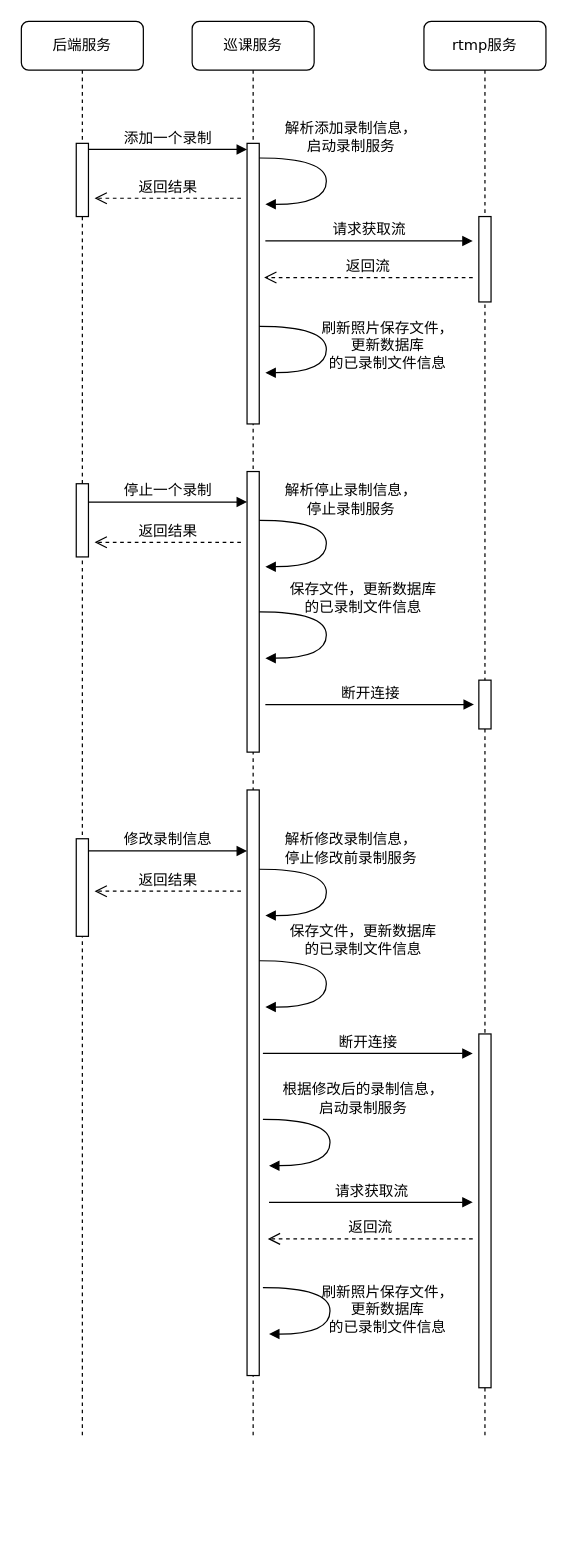
Before: 录制信息更新操作.drawio in huangPeiLc/drawio, a draw.io diagram. Source tidied: cells renumbered, new cells numbered last; positions are measured from the earlier drawing's top-left corner, leaving out a move shared by most shapes. Both pictures are drawn from the tidied source at 122%, with x=0, y=0 at pixel (21, 21).
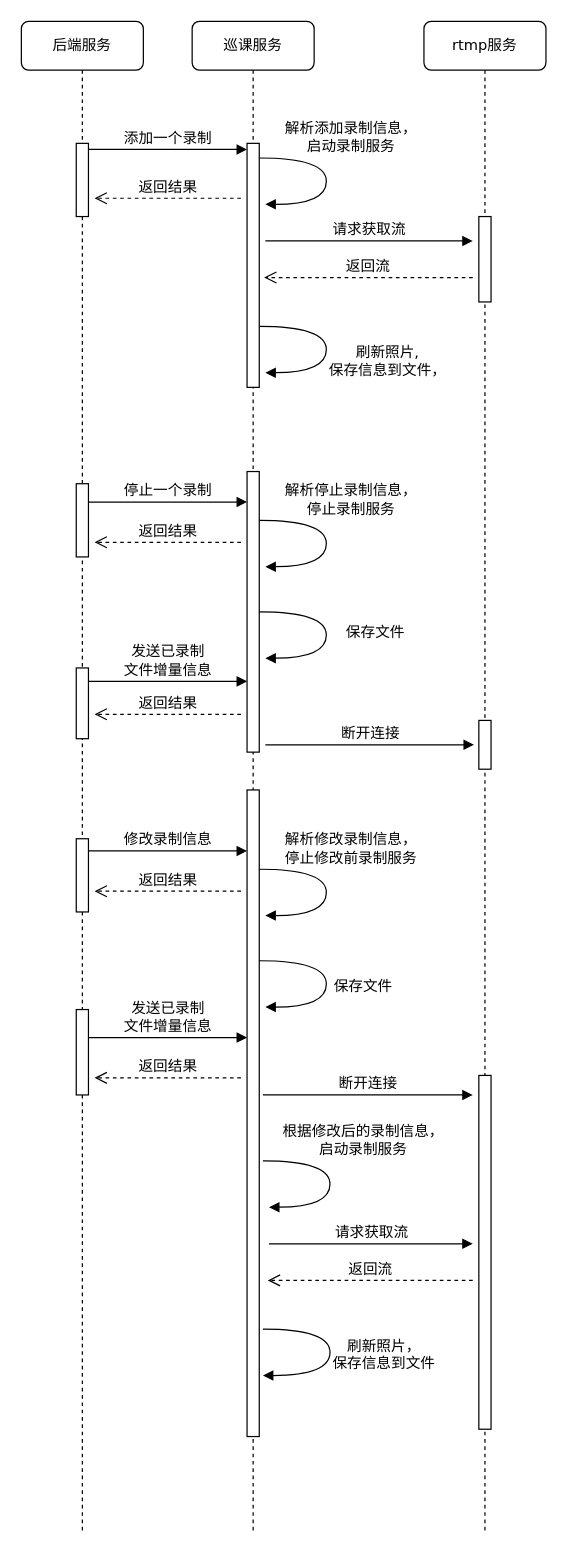
The same diagram, later.

Commit message:
Update 录制信息更新操作.drawio

Change to the diagram source:
```diff
@@
     <mxCell id="2" value="巡课服务" style="shape=umlLifeline;perimeter=lifelinePerimeter;whiteSpace=wrap;html=1;rounded=1;shadow=0;comic=0;labelBackgroundColor=none;strokeColor=#000000;strokeWidth=1;fillColor=#FFFFFF;fontFamily=Verdana;fontSize=12;fontColor=#000000;align=center;" parent="1" vertex="1">
-      <mxGeometry x="140" width="100" height="1160" as="geometry" />
+      <mxGeometry x="140" width="100" height="1240" as="geometry" />
     </mxCell>
     <mxCell id="3" style="html=1;perimeter=orthogonalPerimeter;rounded=0;shadow=0;comic=0;labelBackgroundColor=none;strokeColor=#000000;strokeWidth=1;fillColor=#FFFFFF;fontFamily=Verdana;fontSize=12;fontColor=#000000;align=center;" parent="2" vertex="1">
-      <mxGeometry x="45" y="100" width="10" height="230" as="geometry" />
+      <mxGeometry x="45" y="100" width="10" height="200" as="geometry" />
     </mxCell>
@@
     <mxCell id="5" style="html=1;perimeter=orthogonalPerimeter;" parent="2" vertex="1">
-      <mxGeometry x="45" y="630" width="10" height="480" as="geometry" />
+      <mxGeometry x="45" y="630" width="10" height="530" as="geometry" />
     </mxCell>
     <mxCell id="6" value="rtmp服务" style="shape=umlLifeline;perimeter=lifelinePerimeter;whiteSpace=wrap;html=1;rounded=1;shadow=0;comic=0;labelBackgroundColor=none;strokeColor=#000000;strokeWidth=1;fillColor=#FFFFFF;fontFamily=Verdana;fontSize=12;fontColor=#000000;align=center;" parent="1" vertex="1">
-      <mxGeometry x="330" width="100" height="1160" as="geometry" />
+      <mxGeometry x="330" width="100" height="1240" as="geometry" />
     </mxCell>
@@
     <mxCell id="8" style="html=1;points=[];perimeter=orthogonalPerimeter;rounded=0;shadow=0;comic=0;labelBackgroundColor=none;strokeColor=#000000;strokeWidth=1;fillColor=#FFFFFF;fontFamily=Verdana;fontSize=12;fontColor=#000000;align=center;" parent="6" vertex="1">
-      <mxGeometry x="45" y="540" width="10" height="40" as="geometry" />
+      <mxGeometry x="45" y="573" width="10" height="40" as="geometry" />
     </mxCell>
     <mxCell id="9" style="html=1;perimeter=orthogonalPerimeter;rounded=0;shadow=0;comic=0;labelBackgroundColor=none;strokeColor=#000000;strokeWidth=1;fillColor=#FFFFFF;fontFamily=Verdana;fontSize=12;fontColor=#000000;align=center;" parent="6" vertex="1">
-      <mxGeometry x="45" y="830" width="10" height="290" as="geometry" />
+      <mxGeometry x="45" y="864" width="10" height="290" as="geometry" />
     </mxCell>
     <mxCell id="10" value="后端服务" style="shape=umlLifeline;perimeter=lifelinePerimeter;whiteSpace=wrap;html=1;rounded=1;shadow=0;comic=0;labelBackgroundColor=none;strokeColor=#000000;strokeWidth=1;fillColor=#FFFFFF;fontFamily=Verdana;fontSize=12;fontColor=#000000;align=center;" parent="1" vertex="1">
-      <mxGeometry width="100" height="1160" as="geometry" />
+      <mxGeometry width="100" height="1240" as="geometry" />
     </mxCell>
@@
     <mxCell id="13" style="html=1;perimeter=orthogonalPerimeter;" parent="10" vertex="1">
-      <mxGeometry x="45" y="670" width="10" height="80" as="geometry" />
+      <mxGeometry x="45" y="670" width="10" height="60" as="geometry" />
     </mxCell>
+    <mxCell id="34" style="html=1;perimeter=orthogonalPerimeter;" parent="10" vertex="1">
+      <mxGeometry x="45" y="810" width="10" height="70" as="geometry" />
+    </mxCell>
@@
-    <mxCell id="18" value="&lt;br&gt;&lt;div&gt;刷新照片保存文件，&lt;/div&gt;&lt;div&gt;更新数据库&lt;div&gt;的已录制文件信息&lt;/div&gt;&lt;/div&gt;" style="html=1;verticalAlign=bottom;endArrow=block;labelBackgroundColor=none;fontFamily=Verdana;fontSize=12;elbow=vertical;edgeStyle=orthogonalEdgeStyle;curved=1;entryX=1;entryY=0.286;entryPerimeter=0;exitX=1.038;exitY=0.345;exitPerimeter=0;" parent="1" edge="1">
-      <mxGeometry x="0.3" y="50" relative="1" as="geometry">
+    <mxCell id="18" value="&lt;br&gt;&lt;div&gt;刷新照片,&lt;/div&gt;&lt;div&gt;保存信息到文件，&lt;/div&gt;&lt;div&gt;&lt;br&gt;&lt;/div&gt;" style="html=1;verticalAlign=bottom;endArrow=block;labelBackgroundColor=none;fontFamily=Verdana;fontSize=12;elbow=vertical;edgeStyle=orthogonalEdgeStyle;curved=1;entryX=1;entryY=0.286;entryPerimeter=0;exitX=1.038;exitY=0.345;exitPerimeter=0;" parent="1" edge="1">
+      <mxGeometry x="0.3" y="55" relative="1" as="geometry">
         <mxPoint x="195" y="250" as="sourcePoint" />
         <mxPoint x="200" y="288" as="targetPoint" />
         <Array as="points">
           <mxPoint x="250" y="250" />
           <mxPoint x="250" y="288" />
         </Array>
-        <mxPoint x="50" y="-48" as="offset" />
+        <mxPoint x="50" y="-33" as="offset" />
       </mxGeometry>
     </mxCell>
@@
-    <mxCell id="23" value="&lt;div&gt;保存文件，更新数据库&lt;/div&gt;&lt;div&gt;的已录制文件信息&lt;/div&gt;" style="html=1;verticalAlign=bottom;endArrow=block;labelBackgroundColor=none;fontFamily=Verdana;fontSize=12;elbow=vertical;edgeStyle=orthogonalEdgeStyle;curved=1;entryX=1;entryY=0.286;entryPerimeter=0;exitX=1.038;exitY=0.345;exitPerimeter=0;" parent="1" edge="1">
-      <mxGeometry x="-0.23" y="-31" relative="1" as="geometry">
+    <mxCell id="23" value="&lt;div&gt;保存文件&lt;/div&gt;" style="html=1;verticalAlign=bottom;endArrow=block;labelBackgroundColor=none;fontFamily=Verdana;fontSize=12;elbow=vertical;edgeStyle=orthogonalEdgeStyle;curved=1;entryX=1;entryY=0.286;entryPerimeter=0;exitX=1.038;exitY=0.345;exitPerimeter=0;" parent="1" edge="1">
+      <mxGeometry x="0.3" y="-42" relative="1" as="geometry">
         <mxPoint x="195" y="484" as="sourcePoint" />
         <mxPoint x="200" y="522" as="targetPoint" />
         <Array as="points">
           <mxPoint x="250" y="484" />
           <mxPoint x="250" y="522" />
         </Array>
-        <mxPoint x="61" y="6" as="offset" />
+        <mxPoint x="40" y="30" as="offset" />
       </mxGeometry>
     </mxCell>
     <mxCell id="24" value="断开连接" style="html=1;verticalAlign=bottom;endArrow=block;labelBackgroundColor=none;fontFamily=Verdana;fontSize=12;entryX=-0.4;entryY=0.5;entryDx=0;entryDy=0;entryPerimeter=0;" parent="1" edge="1" target="8">
       <mxGeometry relative="1" as="geometry">
-        <mxPoint x="200" y="560" as="sourcePoint" />
+        <mxPoint x="200" y="593" as="sourcePoint" />
       </mxGeometry>
     </mxCell>
@@
-    <mxCell id="28" value="&lt;div&gt;保存文件，更新数据库&lt;div&gt;的已录制文件信息&lt;/div&gt;&lt;/div&gt;" style="html=1;verticalAlign=bottom;endArrow=block;labelBackgroundColor=none;fontFamily=Verdana;fontSize=12;elbow=vertical;edgeStyle=orthogonalEdgeStyle;curved=1;entryX=1;entryY=0.286;entryPerimeter=0;exitX=1.038;exitY=0.345;exitPerimeter=0;" parent="1" edge="1">
-      <mxGeometry x="-0.23" y="30" relative="1" as="geometry">
+    <mxCell id="28" value="&lt;div&gt;保存文件&lt;/div&gt;" style="html=1;verticalAlign=bottom;endArrow=block;labelBackgroundColor=none;fontFamily=Verdana;fontSize=12;elbow=vertical;edgeStyle=orthogonalEdgeStyle;curved=1;entryX=1;entryY=0.286;entryPerimeter=0;exitX=1.038;exitY=0.345;exitPerimeter=0;" parent="1" edge="1">
+      <mxGeometry x="0.3" y="-31" relative="1" as="geometry">
         <mxPoint x="195" y="770" as="sourcePoint" />
         <mxPoint x="200" y="808" as="targetPoint" />
         <Array as="points">
           <mxPoint x="250" y="770" />
           <mxPoint x="250" y="808" />
         </Array>
+        <mxPoint x="30" y="23" as="offset" />
       </mxGeometry>
     </mxCell>
     <mxCell id="29" value="断开连接" style="html=1;verticalAlign=bottom;endArrow=block;labelBackgroundColor=none;fontFamily=Verdana;fontSize=12;" parent="1" edge="1">
       <mxGeometry relative="1" as="geometry">
-        <mxPoint x="198" y="846" as="sourcePoint" />
-        <mxPoint x="370" y="846" as="targetPoint" />
+        <mxPoint x="198" y="880" as="sourcePoint" />
+        <mxPoint x="370" y="880" as="targetPoint" />
       </mxGeometry>
     </mxCell>
     <mxCell id="30" value="&lt;div&gt;根据修改后的录制信息，&lt;/div&gt;&lt;div&gt;启动录制服务&lt;br&gt;&lt;/div&gt;" style="html=1;verticalAlign=bottom;endArrow=block;labelBackgroundColor=none;fontFamily=Verdana;fontSize=12;elbow=vertical;edgeStyle=orthogonalEdgeStyle;curved=1;entryX=1;entryY=0.286;entryPerimeter=0;exitX=1.038;exitY=0.345;exitPerimeter=0;" parent="1" edge="1">
       <mxGeometry x="-0.23" y="27" relative="1" as="geometry">
-        <mxPoint x="198" y="900" as="sourcePoint" />
-        <mxPoint x="203" y="938" as="targetPoint" />
+        <mxPoint x="198" y="934" as="sourcePoint" />
+        <mxPoint x="203" y="972" as="targetPoint" />
         <Array as="points">
-          <mxPoint x="253" y="900" />
-          <mxPoint x="253" y="938" />
+          <mxPoint x="253" y="934" />
+          <mxPoint x="253" y="972" />
         </Array>
       </mxGeometry>
     </mxCell>
     <mxCell id="31" value="请求获取流" style="html=1;verticalAlign=bottom;endArrow=block;labelBackgroundColor=none;fontFamily=Verdana;fontSize=12;" parent="1" edge="1">
       <mxGeometry relative="1" as="geometry">
-        <mxPoint x="203" y="968" as="sourcePoint" />
-        <mxPoint x="370" y="968" as="targetPoint" />
+        <mxPoint x="203" y="1002" as="sourcePoint" />
+        <mxPoint x="370" y="1002" as="targetPoint" />
       </mxGeometry>
     </mxCell>
     <mxCell id="32" value="返回流" style="html=1;verticalAlign=bottom;endArrow=open;dashed=1;endSize=8;labelBackgroundColor=none;fontFamily=Verdana;fontSize=12;" parent="1" edge="1">
       <mxGeometry relative="1" as="geometry">
-        <mxPoint x="370" y="998" as="sourcePoint" />
-        <mxPoint x="202" y="998" as="targetPoint" />
+        <mxPoint x="370" y="1032" as="sourcePoint" />
+        <mxPoint x="202" y="1032" as="targetPoint" />
       </mxGeometry>
     </mxCell>
-    <mxCell id="33" value="&lt;br&gt;&lt;div&gt;刷新照片保存文件，&lt;/div&gt;&lt;div&gt;更新数据库&lt;div&gt;的已录制文件信息&lt;/div&gt;&lt;/div&gt;" style="html=1;verticalAlign=bottom;endArrow=block;labelBackgroundColor=none;fontFamily=Verdana;fontSize=12;elbow=vertical;edgeStyle=orthogonalEdgeStyle;curved=1;entryX=1;entryY=0.286;entryPerimeter=0;exitX=1.038;exitY=0.345;exitPerimeter=0;" parent="1" edge="1">
-      <mxGeometry x="0.3" y="47" relative="1" as="geometry">
-        <mxPoint x="198" y="1038" as="sourcePoint" />
-        <mxPoint x="203" y="1076" as="targetPoint" />
+    <mxCell id="33" value="&lt;br&gt;&lt;div&gt;刷新照片，&lt;/div&gt;&lt;div&gt;保存信息到文件&lt;/div&gt;&lt;div&gt;&lt;br&gt;&lt;/div&gt;" style="html=1;verticalAlign=bottom;endArrow=block;labelBackgroundColor=none;fontFamily=Verdana;fontSize=12;elbow=vertical;edgeStyle=orthogonalEdgeStyle;curved=1;exitX=1.038;exitY=0.345;exitPerimeter=0;" parent="1" edge="1">
+      <mxGeometry x="0.3" y="49" relative="1" as="geometry">
+        <mxPoint x="198" y="1072" as="sourcePoint" />
+        <mxPoint x="198" y="1110" as="targetPoint" />
         <Array as="points">
-          <mxPoint x="253" y="1038" />
-          <mxPoint x="253" y="1076" />
+          <mxPoint x="253" y="1072" />
+          <mxPoint x="253" y="1110" />
         </Array>
-        <mxPoint x="47" y="-43" as="offset" />
+        <mxPoint x="47" y="-35" as="offset" />
       </mxGeometry>
     </mxCell>
+    <mxCell id="35" value="&lt;div&gt;发送已录制&lt;/div&gt;&lt;div&gt;文件增量信息&lt;/div&gt;" style="html=1;verticalAlign=bottom;endArrow=block;entryX=0;entryY=0;labelBackgroundColor=none;fontFamily=Verdana;fontSize=12;edgeStyle=elbowEdgeStyle;elbow=vertical;" parent="1" edge="1">
+      <mxGeometry relative="1" as="geometry">
+        <mxPoint x="55" y="833" as="sourcePoint" />
+        <mxPoint x="185" y="833" as="targetPoint" />
+      </mxGeometry>
+    </mxCell>
+    <mxCell id="36" value="返回结果" style="html=1;verticalAlign=bottom;endArrow=open;dashed=1;endSize=8;labelBackgroundColor=none;fontFamily=Verdana;fontSize=12;" parent="1" edge="1">
+      <mxGeometry relative="1" as="geometry">
+        <mxPoint x="180" y="866" as="sourcePoint" />
+        <mxPoint x="60" y="866" as="targetPoint" />
+      </mxGeometry>
+    </mxCell>
+    <mxCell id="37" style="html=1;perimeter=orthogonalPerimeter;" parent="1" vertex="1">
+      <mxGeometry x="45" y="530" width="10" height="58" as="geometry" />
+    </mxCell>
+    <mxCell id="38" value="&lt;div&gt;发送已录制&lt;/div&gt;&lt;div&gt;文件增量信息&lt;/div&gt;" style="html=1;verticalAlign=bottom;endArrow=block;entryX=0;entryY=0;labelBackgroundColor=none;fontFamily=Verdana;fontSize=12;edgeStyle=elbowEdgeStyle;elbow=vertical;" parent="1" edge="1">
+      <mxGeometry relative="1" as="geometry">
+        <mxPoint x="55" y="541" as="sourcePoint" />
+        <mxPoint x="185" y="541" as="targetPoint" />
+      </mxGeometry>
+    </mxCell>
+    <mxCell id="39" value="返回结果" style="html=1;verticalAlign=bottom;endArrow=open;dashed=1;endSize=8;labelBackgroundColor=none;fontFamily=Verdana;fontSize=12;" parent="1" edge="1">
+      <mxGeometry relative="1" as="geometry">
+        <mxPoint x="180" y="568" as="sourcePoint" />
+        <mxPoint x="60" y="568" as="targetPoint" />
+      </mxGeometry>
+    </mxCell>
```
